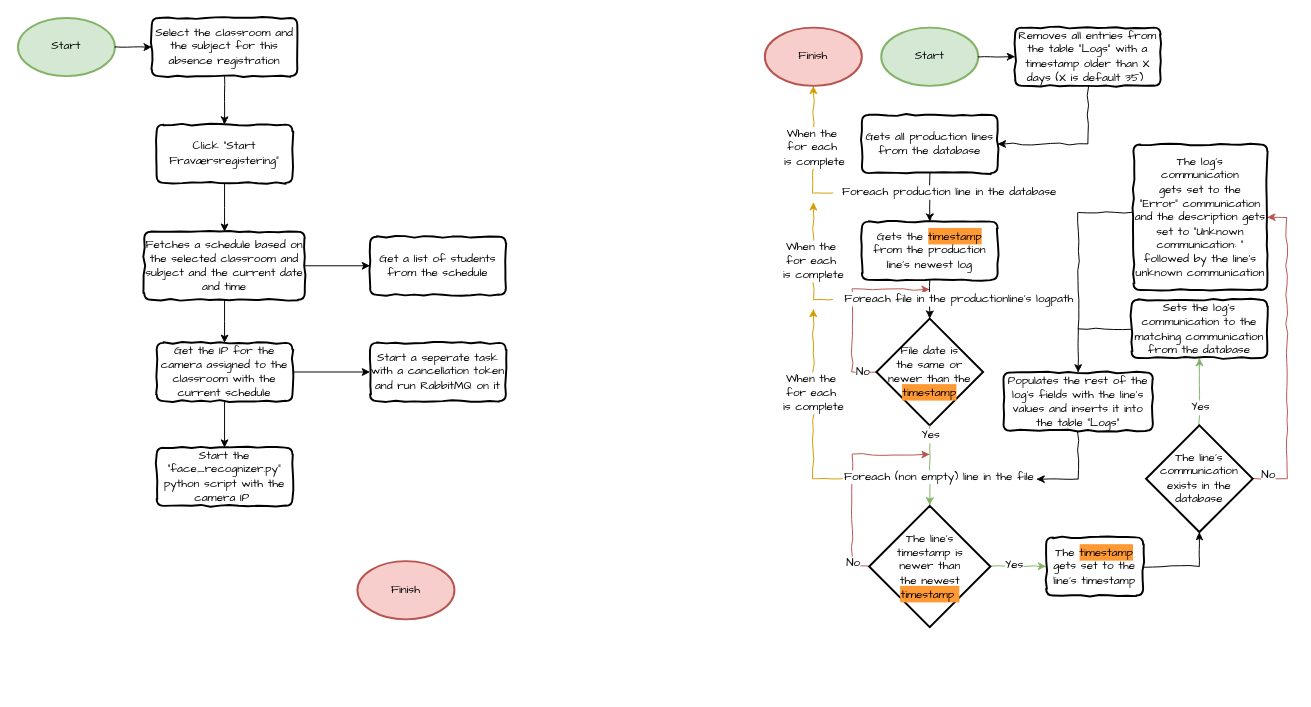
Above: Src/AbsenceSystem/Documentation/AbsenceRegistrationPythonScriptFlow.drawio in AMDAOFF/IT-GreenDeal (draw.io), before the change. Source tidied: cells renumbered, new cells numbered last; positions are measured from the earlier drawing's top-left corner, leaving out a move shared by most shapes. Both pictures are drawn from the tidied source at 97%, with x=0, y=0 at pixel (17, 17).
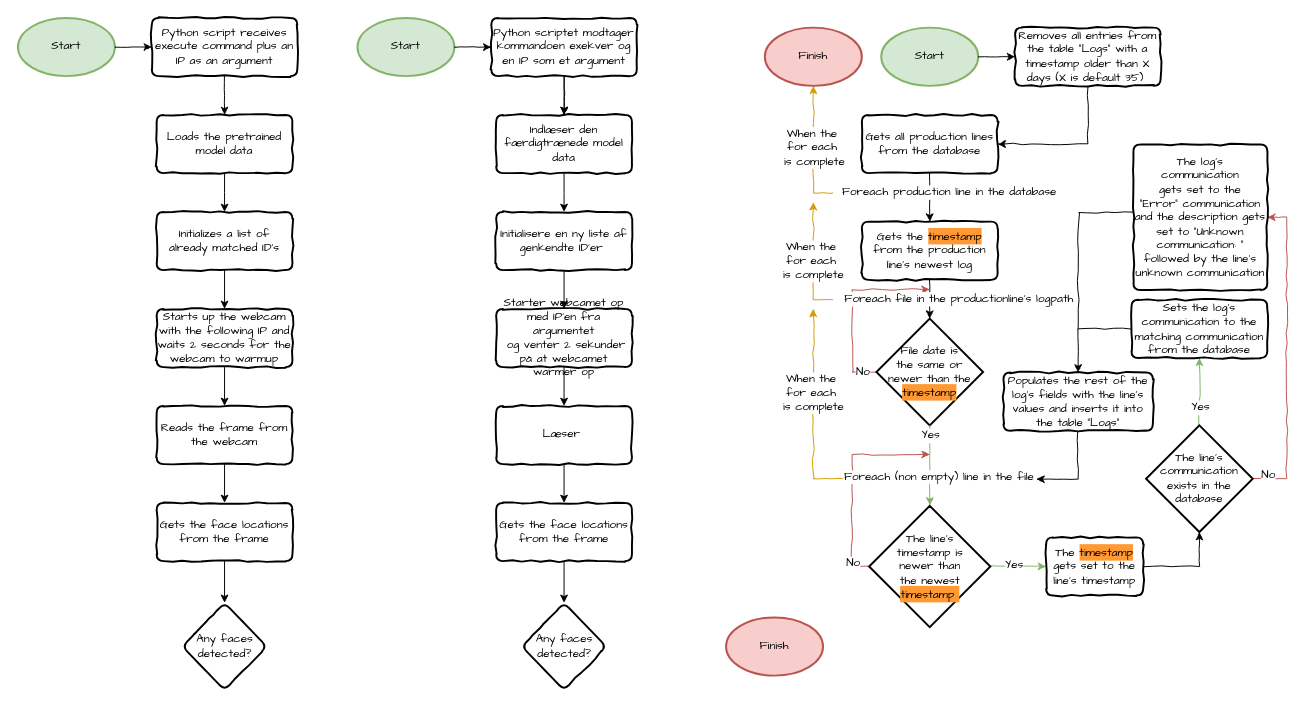
The same page after the edit.

Diff of the diagram source:
```diff
@@
-    <mxCell id="37" style="edgeStyle=orthogonalEdgeStyle;rounded=0;jettySize=auto;html=1;" parent="1" edge="1" source="38" target="43">
-      <mxGeometry relative="1" as="geometry" />
+    <mxCell id="37" style="edgeStyle=orthogonalEdgeStyle;rounded=0;jettySize=auto;html=1;entryX=0.5;entryY=0;entryDx=0;entryDy=0;" parent="1" edge="1" source="38">
+      <mxGeometry relative="1" as="geometry">
+        <mxPoint x="213" y="200" as="targetPoint" />
+      </mxGeometry>
     </mxCell>
-    <mxCell id="38" value="Click &quot;Start Fraværsregistering&quot;" style="rounded=1;whiteSpace=wrap;html=1;absoluteArcSize=1;arcSize=14;strokeWidth=2;comic=1;fontFamily=Comic Sans MS;fontSize=12;" parent="1" vertex="1">
-      <mxGeometry x="143" y="110" width="140" height="60" as="geometry" />
+    <mxCell id="38" value="Loads the pretrained model data" style="rounded=1;whiteSpace=wrap;html=1;absoluteArcSize=1;arcSize=14;strokeWidth=2;comic=1;fontFamily=Comic Sans MS;fontSize=12;" parent="1" vertex="1">
+      <mxGeometry x="143" y="100" width="140" height="60" as="geometry" />
     </mxCell>
-    <mxCell id="39" value="Select the classroom and the subject for this absence registration" style="rounded=1;whiteSpace=wrap;html=1;absoluteArcSize=1;arcSize=14;strokeWidth=2;comic=1;fontFamily=Comic Sans MS;fontSize=12;" parent="1" vertex="1">
+    <mxCell id="39" value="Python script receives execute command plus an IP as an argument" style="rounded=1;whiteSpace=wrap;html=1;absoluteArcSize=1;arcSize=14;strokeWidth=2;comic=1;fontFamily=Comic Sans MS;fontSize=12;" parent="1" vertex="1">
       <mxGeometry x="138" width="150" height="60" as="geometry" />
     </mxCell>
@@
-    <mxCell id="41" style="edgeStyle=orthogonalEdgeStyle;rounded=0;jettySize=auto;html=1;entryX=0.5;entryY=0;entryDx=0;entryDy=0;" parent="1" edge="1" source="43" target="47">
-      <mxGeometry relative="1" as="geometry" />
-    </mxCell>
-    <mxCell id="42" style="edgeStyle=orthogonalEdgeStyle;rounded=0;jettySize=auto;html=1;entryX=0;entryY=0.5;entryDx=0;entryDy=0;" parent="1" edge="1" source="43" target="44">
-      <mxGeometry relative="1" as="geometry" />
-    </mxCell>
-    <mxCell id="43" value="Fetches a schedule based on the selected classroom and subject and the current date and time" style="rounded=1;whiteSpace=wrap;html=1;absoluteArcSize=1;arcSize=14;strokeWidth=2;comic=1;fontFamily=Comic Sans MS;fontSize=12;" parent="1" vertex="1">
-      <mxGeometry x="130.2" y="220.5" width="165.5" height="70" as="geometry" />
-    </mxCell>
-    <mxCell id="44" value="Get a list of students from the schedule" style="rounded=1;whiteSpace=wrap;html=1;absoluteArcSize=1;arcSize=14;strokeWidth=2;comic=1;fontFamily=Comic Sans MS;fontSize=12;" parent="1" vertex="1">
-      <mxGeometry x="363" y="225.5" width="140" height="60" as="geometry" />
-    </mxCell>
-    <mxCell id="45" style="edgeStyle=orthogonalEdgeStyle;rounded=0;jettySize=auto;html=1;" parent="1" edge="1" source="47" target="48">
-      <mxGeometry relative="1" as="geometry" />
-    </mxCell>
-    <mxCell id="46" style="edgeStyle=orthogonalEdgeStyle;rounded=0;jettySize=auto;html=1;" parent="1" edge="1" source="47" target="49">
-      <mxGeometry relative="1" as="geometry" />
-    </mxCell>
-    <mxCell id="47" value="Get the IP for the camera assigned to the classroom with the current schedule" style="rounded=1;whiteSpace=wrap;html=1;absoluteArcSize=1;arcSize=14;strokeWidth=2;comic=1;fontFamily=Comic Sans MS;fontSize=12;" parent="1" vertex="1">
-      <mxGeometry x="143" y="335" width="140" height="60" as="geometry" />
-    </mxCell>
-    <mxCell id="48" value="Start a seperate task with a cancellation token and run RabbitMQ on it" style="rounded=1;whiteSpace=wrap;html=1;absoluteArcSize=1;arcSize=14;strokeWidth=2;comic=1;fontFamily=Comic Sans MS;fontSize=12;" parent="1" vertex="1">
-      <mxGeometry x="363" y="335" width="140" height="60" as="geometry" />
-    </mxCell>
-    <mxCell id="49" value="Start the &quot;face_recognizer.py&quot; python script with the camera IP&amp;nbsp;" style="rounded=1;whiteSpace=wrap;html=1;absoluteArcSize=1;arcSize=14;strokeWidth=2;comic=1;fontFamily=Comic Sans MS;fontSize=12;" parent="1" vertex="1">
-      <mxGeometry x="143" y="443" width="140" height="60" as="geometry" />
-    </mxCell>
@@
     <mxCell id="51" value="Finish" style="strokeWidth=2;html=1;shape=mxgraph.flowchart.start_1;whiteSpace=wrap;fontFamily=Comic Sans MS;shadow=0;fillColor=#f8cecc;fontSize=12;strokeColor=#b85450;" parent="1" vertex="1">
-      <mxGeometry x="350" y="560" width="100" height="60" as="geometry" />
+      <mxGeometry x="730" y="618" width="100" height="60" as="geometry" />
     </mxCell>
+    <mxCell id="52" style="edgeStyle=orthogonalEdgeStyle;rounded=0;jettySize=auto;html=1;entryX=0.5;entryY=0;entryDx=0;entryDy=0;exitX=0.5;exitY=1;exitDx=0;exitDy=0;" parent="1" edge="1" source="57" target="54">
+      <mxGeometry relative="1" as="geometry" />
+    </mxCell>
+    <mxCell id="53" style="edgeStyle=orthogonalEdgeStyle;rounded=0;jettySize=auto;html=1;" parent="1" edge="1" source="54" target="56">
+      <mxGeometry relative="1" as="geometry" />
+    </mxCell>
+    <mxCell id="54" value="Reads the frame from the webcam" style="rounded=1;whiteSpace=wrap;html=1;absoluteArcSize=1;arcSize=14;strokeWidth=2;comic=1;fontFamily=Comic Sans MS;fontSize=12;" parent="1" vertex="1">
+      <mxGeometry x="143" y="400" width="140" height="60" as="geometry" />
+    </mxCell>
+    <mxCell id="55" style="edgeStyle=orthogonalEdgeStyle;rounded=0;jettySize=auto;html=1;" parent="1" edge="1" source="56" target="58">
+      <mxGeometry relative="1" as="geometry" />
+    </mxCell>
+    <mxCell id="56" value="Gets the face locations from the frame" style="rounded=1;whiteSpace=wrap;html=1;absoluteArcSize=1;arcSize=14;strokeWidth=2;comic=1;fontFamily=Comic Sans MS;fontSize=12;" parent="1" vertex="1">
+      <mxGeometry x="143" y="500" width="140" height="60" as="geometry" />
+    </mxCell>
+    <mxCell id="57" value="Starts up the webcam with the following IP and waits 2 seconds for the webcam to warmup" style="rounded=1;whiteSpace=wrap;html=1;absoluteArcSize=1;arcSize=14;strokeWidth=2;comic=1;fontFamily=Comic Sans MS;fontSize=12;" parent="1" vertex="1">
+      <mxGeometry x="143" y="300" width="140" height="60" as="geometry" />
+    </mxCell>
+    <mxCell id="58" value="Any faces detected?" style="rhombus;whiteSpace=wrap;html=1;rounded=1;fontFamily=Comic Sans MS;strokeWidth=2;arcSize=14;comic=1;" parent="1" vertex="1">
+      <mxGeometry x="169.5" y="603" width="87" height="90" as="geometry" />
+    </mxCell>
+    <mxCell id="59" style="edgeStyle=orthogonalEdgeStyle;rounded=0;jettySize=auto;html=1;" parent="1" edge="1" source="60" target="57">
+      <mxGeometry relative="1" as="geometry" />
+    </mxCell>
+    <mxCell id="60" value="Initializes a list of already matched ID's" style="rounded=1;whiteSpace=wrap;html=1;absoluteArcSize=1;arcSize=14;strokeWidth=2;comic=1;fontFamily=Comic Sans MS;fontSize=12;" parent="1" vertex="1">
+      <mxGeometry x="143" y="200" width="140" height="60" as="geometry" />
+    </mxCell>
+    <mxCell id="61" value="Start" style="strokeWidth=2;html=1;shape=mxgraph.flowchart.start_1;whiteSpace=wrap;fontFamily=Comic Sans MS;shadow=0;fillColor=#d5e8d4;strokeColor=#82b366;fontSize=12;" parent="1" vertex="1">
+      <mxGeometry x="350" width="100" height="60" as="geometry" />
+    </mxCell>
+    <mxCell id="62" style="edgeStyle=orthogonalEdgeStyle;rounded=0;comic=1;jettySize=auto;html=1;exitX=0.5;exitY=1;exitDx=0;exitDy=0;entryX=0.5;entryY=0;entryDx=0;entryDy=0;fontFamily=Comic Sans MS;fontSize=12;" parent="1" edge="1" target="64">
+      <mxGeometry relative="1" as="geometry">
+        <mxPoint x="563" y="60" as="sourcePoint" />
+      </mxGeometry>
+    </mxCell>
+    <mxCell id="63" style="edgeStyle=orthogonalEdgeStyle;rounded=0;jettySize=auto;html=1;entryX=0.5;entryY=0;entryDx=0;entryDy=0;" parent="1" edge="1" source="64">
+      <mxGeometry relative="1" as="geometry">
+        <mxPoint x="563" y="200" as="targetPoint" />
+      </mxGeometry>
+    </mxCell>
+    <mxCell id="64" value="Indlæser den færdigtrænede model data" style="rounded=1;whiteSpace=wrap;html=1;absoluteArcSize=1;arcSize=14;strokeWidth=2;comic=1;fontFamily=Comic Sans MS;fontSize=12;" parent="1" vertex="1">
+      <mxGeometry x="493" y="100" width="140" height="60" as="geometry" />
+    </mxCell>
+    <mxCell id="65" style="edgeStyle=orthogonalEdgeStyle;rounded=0;comic=1;jettySize=auto;html=1;exitX=1;exitY=0.5;exitDx=0;exitDy=0;entryX=0;entryY=0.5;entryDx=0;entryDy=0;fontFamily=Comic Sans MS;exitPerimeter=0;fontSize=12;" parent="1" edge="1" source="61" target="76">
+      <mxGeometry relative="1" as="geometry" />
+    </mxCell>
+    <mxCell id="66" style="edgeStyle=orthogonalEdgeStyle;rounded=0;jettySize=auto;html=1;entryX=0.5;entryY=0;entryDx=0;entryDy=0;exitX=0.5;exitY=1;exitDx=0;exitDy=0;" parent="1" edge="1" source="71" target="68">
+      <mxGeometry relative="1" as="geometry" />
+    </mxCell>
+    <mxCell id="67" style="edgeStyle=orthogonalEdgeStyle;rounded=0;jettySize=auto;html=1;" parent="1" edge="1" source="68" target="70">
+      <mxGeometry relative="1" as="geometry" />
+    </mxCell>
+    <mxCell id="68" value="Læser&amp;nbsp;" style="rounded=1;whiteSpace=wrap;html=1;absoluteArcSize=1;arcSize=14;strokeWidth=2;comic=1;fontFamily=Comic Sans MS;fontSize=12;" parent="1" vertex="1">
+      <mxGeometry x="493" y="400" width="140" height="60" as="geometry" />
+    </mxCell>
+    <mxCell id="69" style="edgeStyle=orthogonalEdgeStyle;rounded=0;jettySize=auto;html=1;" parent="1" edge="1" source="70" target="72">
+      <mxGeometry relative="1" as="geometry" />
+    </mxCell>
+    <mxCell id="70" value="Gets the face locations from the frame" style="rounded=1;whiteSpace=wrap;html=1;absoluteArcSize=1;arcSize=14;strokeWidth=2;comic=1;fontFamily=Comic Sans MS;fontSize=12;" parent="1" vertex="1">
+      <mxGeometry x="493" y="500" width="140" height="60" as="geometry" />
+    </mxCell>
+    <mxCell id="71" value="Starter webcamet op med IP'en fra argumentet&lt;br&gt;&amp;nbsp;og venter 2 sekunder på at webcamet warmer op" style="rounded=1;whiteSpace=wrap;html=1;absoluteArcSize=1;arcSize=14;strokeWidth=2;comic=1;fontFamily=Comic Sans MS;fontSize=12;" parent="1" vertex="1">
+      <mxGeometry x="493" y="300" width="140" height="60" as="geometry" />
+    </mxCell>
+    <mxCell id="72" value="Any faces detected?" style="rhombus;whiteSpace=wrap;html=1;rounded=1;fontFamily=Comic Sans MS;strokeWidth=2;arcSize=14;comic=1;" parent="1" vertex="1">
+      <mxGeometry x="519.5" y="603" width="87" height="90" as="geometry" />
+    </mxCell>
+    <mxCell id="73" style="edgeStyle=orthogonalEdgeStyle;rounded=0;jettySize=auto;html=1;" parent="1" edge="1" source="74" target="71">
+      <mxGeometry relative="1" as="geometry" />
+    </mxCell>
+    <mxCell id="74" value="Initialisere en ny liste af genkendte ID'er&amp;nbsp;" style="rounded=1;whiteSpace=wrap;html=1;absoluteArcSize=1;arcSize=14;strokeWidth=2;comic=1;fontFamily=Comic Sans MS;fontSize=12;" parent="1" vertex="1">
+      <mxGeometry x="493" y="200" width="140" height="60" as="geometry" />
+    </mxCell>
+    <mxCell id="75" style="edgeStyle=orthogonalEdgeStyle;rounded=0;jettySize=auto;html=1;exitX=0.5;exitY=1;exitDx=0;exitDy=0;" parent="1" edge="1" source="76" target="64">
+      <mxGeometry relative="1" as="geometry" />
+    </mxCell>
+    <mxCell id="76" value="Python scriptet modtager kommandoen exekver&amp;nbsp;og en IP som et argument" style="rounded=1;whiteSpace=wrap;html=1;absoluteArcSize=1;arcSize=14;strokeWidth=2;comic=1;fontFamily=Comic Sans MS;fontSize=12;" parent="1" vertex="1">
+      <mxGeometry x="488" width="150" height="60" as="geometry" />
+    </mxCell>
```
